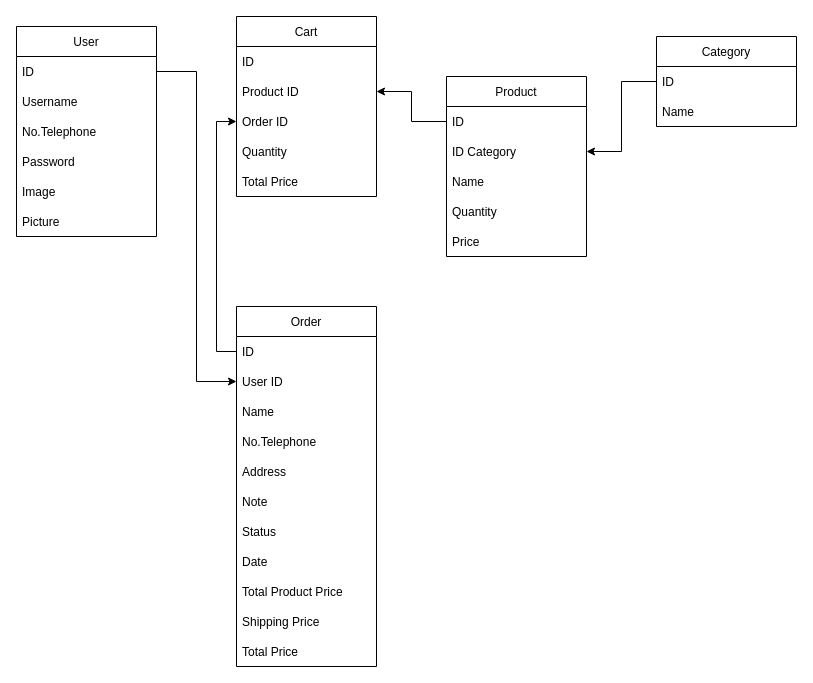
dapurfresh-group2/backend keeps this draw.io diagram as erd.drawio. Above is the earlier version. Source tidied: cells renumbered, new cells numbered last; positions are measured from the earlier drawing's top-left corner, leaving out a move shared by most shapes. Both pictures are drawn from the tidied source at 100%, with x=0, y=0 at pixel (16, 16).
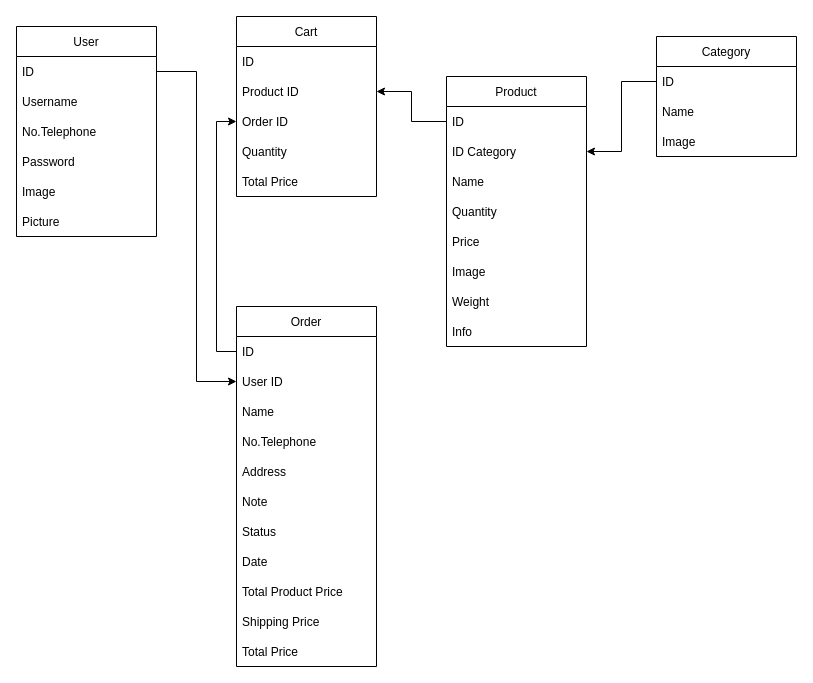
Above is the later version.

The edit, as a diff of the source:
```diff
@@
     <mxCell id="9" value="Product" style="swimlane;fontStyle=0;horizontal=1;startSize=30;" parent="1" vertex="1">
-      <mxGeometry x="430" y="60" width="140" height="180" as="geometry" />
+      <mxGeometry x="430" y="60" width="140" height="270" as="geometry" />
     </mxCell>
@@
+    <mxCell id="40" value="Image" style="text;strokeColor=none;fillColor=none;align=left;verticalAlign=middle;spacingLeft=4;spacingRight=4;overflow=hidden;" parent="9" vertex="1">
+      <mxGeometry y="180" width="140" height="30" as="geometry" />
+    </mxCell>
+    <mxCell id="41" value="Weight" style="text;strokeColor=none;fillColor=none;align=left;verticalAlign=middle;spacingLeft=4;spacingRight=4;overflow=hidden;" parent="9" vertex="1">
+      <mxGeometry y="210" width="140" height="30" as="geometry" />
+    </mxCell>
+    <mxCell id="42" value="Info" style="text;strokeColor=none;fillColor=none;align=left;verticalAlign=middle;spacingLeft=4;spacingRight=4;overflow=hidden;" parent="9" vertex="1">
+      <mxGeometry y="240" width="140" height="30" as="geometry" />
+    </mxCell>
     <mxCell id="15" value="Category" style="swimlane;fontStyle=0;horizontal=1;startSize=30;" parent="1" vertex="1">
-      <mxGeometry x="640" y="20" width="140" height="90" as="geometry" />
+      <mxGeometry x="640" y="20" width="140" height="120" as="geometry" />
     </mxCell>
@@
+    <mxCell id="43" value="Image" style="text;strokeColor=none;fillColor=none;align=left;verticalAlign=middle;spacingLeft=4;spacingRight=4;overflow=hidden;" parent="15" vertex="1">
+      <mxGeometry y="90" width="140" height="30" as="geometry" />
+    </mxCell>
```
